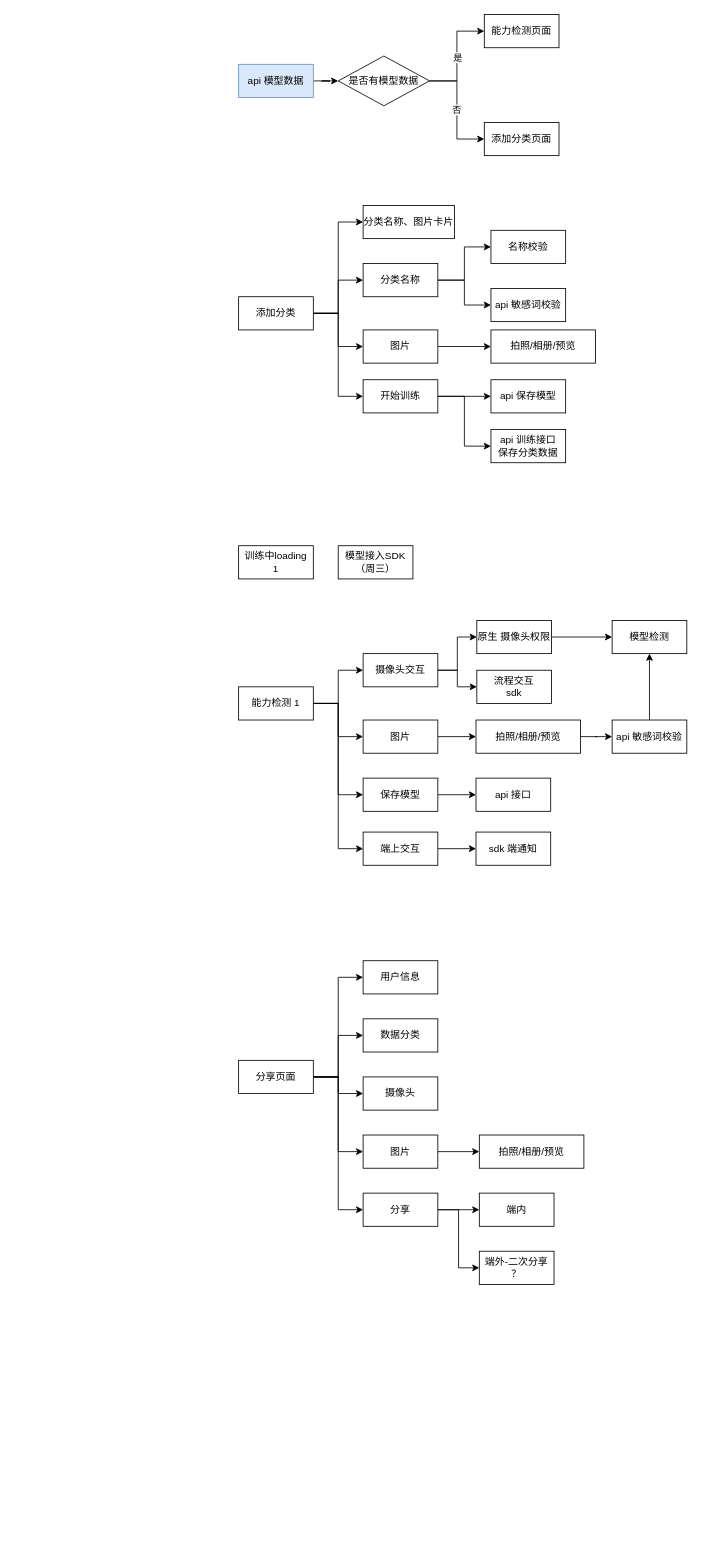
Earlier version of the draw.io diagram page "物品识别" (9 of 9) of my-project/未命名绘图.drawio (gmtaurus/ceshi). Source tidied: cells renumbered, new cells numbered last; positions are measured from the earlier drawing's top-left corner, leaving out a move shared by most shapes. Both pictures are drawn from the tidied source at 83%, with x=0, y=0 at pixel (238, 14).
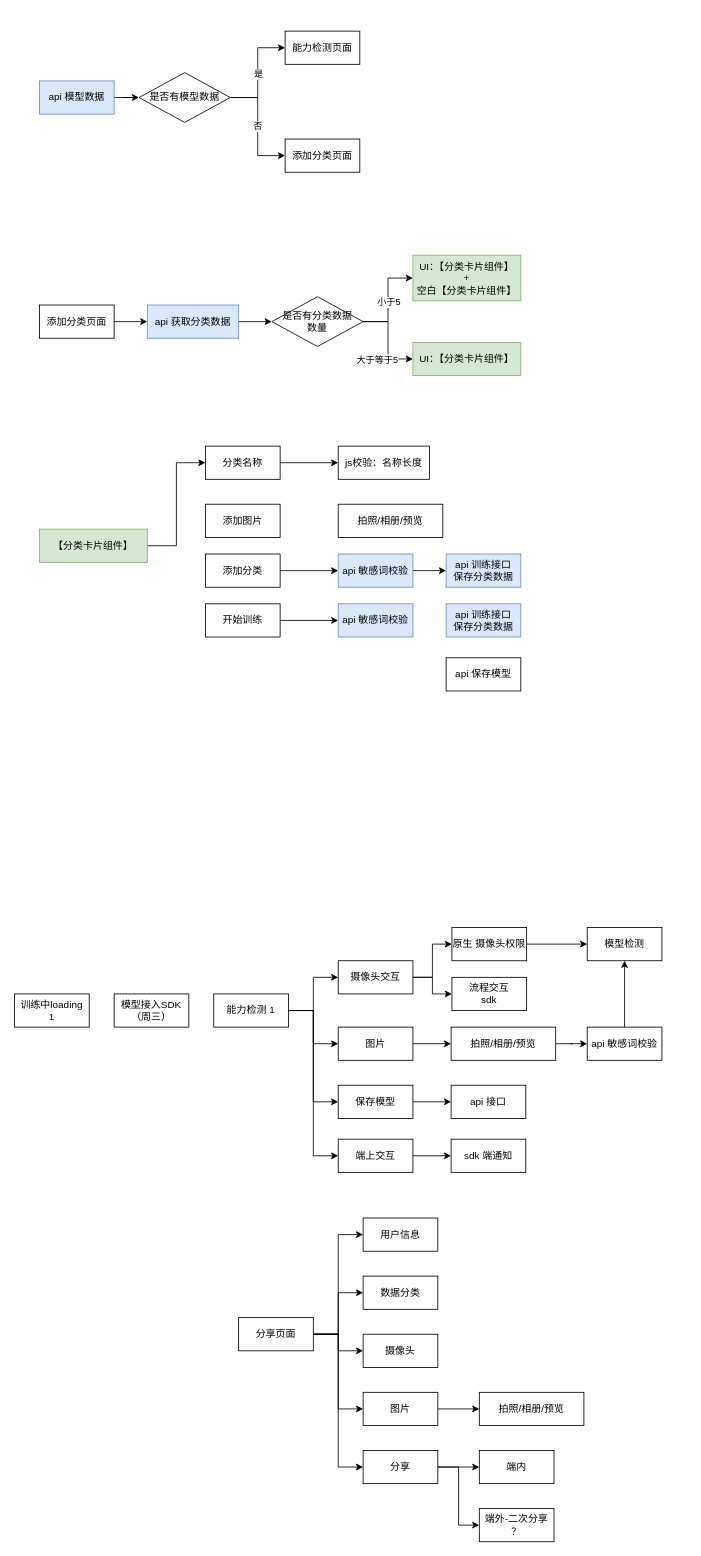
The same page after the edit.

Commit message (it also covers changes not shown here):
更新未命名绘图.drawio

The edit, as a diff of the source:
```diff
@@
-    <mxCell id="2" style="edgeStyle=orthogonalEdgeStyle;rounded=0;jettySize=auto;html=1;" parent="1" edge="1" source="6" target="9">
-      <mxGeometry relative="1" as="geometry" />
-    </mxCell>
-    <mxCell id="3" style="edgeStyle=orthogonalEdgeStyle;rounded=0;jettySize=auto;html=1;exitX=1;exitY=0.5;exitDx=0;exitDy=0;entryX=0;entryY=0.5;entryDx=0;entryDy=0;" parent="1" edge="1" source="6" target="13">
-      <mxGeometry relative="1" as="geometry" />
-    </mxCell>
-    <mxCell id="4" style="edgeStyle=orthogonalEdgeStyle;rounded=0;jettySize=auto;html=1;exitX=1;exitY=0.5;exitDx=0;exitDy=0;entryX=0;entryY=0.5;entryDx=0;entryDy=0;" parent="1" edge="1" source="6" target="16">
-      <mxGeometry relative="1" as="geometry" />
-    </mxCell>
-    <mxCell id="5" style="edgeStyle=orthogonalEdgeStyle;rounded=0;jettySize=auto;html=1;exitX=1;exitY=0.5;exitDx=0;exitDy=0;entryX=0;entryY=0.5;entryDx=0;entryDy=0;" parent="1" edge="1" source="6" target="40">
-      <mxGeometry relative="1" as="geometry" />
-    </mxCell>
-    <mxCell id="6" value="添加分类" style="rounded=0;whiteSpace=wrap;html=1;" parent="1" vertex="1">
-      <mxGeometry y="340" width="90" height="40" as="geometry" />
-    </mxCell>
-    <mxCell id="7" style="edgeStyle=orthogonalEdgeStyle;rounded=0;jettySize=auto;html=1;exitX=1;exitY=0.5;exitDx=0;exitDy=0;entryX=0;entryY=0.5;entryDx=0;entryDy=0;" parent="1" edge="1" source="9" target="10">
-      <mxGeometry relative="1" as="geometry" />
-    </mxCell>
-    <mxCell id="8" style="edgeStyle=orthogonalEdgeStyle;rounded=0;jettySize=auto;html=1;exitX=1;exitY=0.5;exitDx=0;exitDy=0;entryX=0;entryY=0.5;entryDx=0;entryDy=0;" parent="1" edge="1" source="9" target="11">
-      <mxGeometry relative="1" as="geometry" />
-    </mxCell>
-    <mxCell id="9" value="分类名称" style="rounded=0;whiteSpace=wrap;html=1;" parent="1" vertex="1">
-      <mxGeometry x="150" y="300" width="90" height="40" as="geometry" />
-    </mxCell>
-    <mxCell id="10" value="名称校验" style="rounded=0;whiteSpace=wrap;html=1;" parent="1" vertex="1">
-      <mxGeometry x="304" y="260" width="90" height="40" as="geometry" />
-    </mxCell>
-    <mxCell id="11" value="api 敏感词校验" style="rounded=0;whiteSpace=wrap;html=1;" parent="1" vertex="1">
-      <mxGeometry x="304" y="330" width="90" height="40" as="geometry" />
-    </mxCell>
-    <mxCell id="12" style="edgeStyle=orthogonalEdgeStyle;rounded=0;jettySize=auto;html=1;exitX=1;exitY=0.5;exitDx=0;exitDy=0;entryX=0;entryY=0.5;entryDx=0;entryDy=0;" parent="1" edge="1" source="13" target="14">
-      <mxGeometry relative="1" as="geometry" />
-    </mxCell>
-    <mxCell id="13" value="图片" style="rounded=0;whiteSpace=wrap;html=1;" parent="1" vertex="1">
-      <mxGeometry x="150" y="380" width="90" height="40" as="geometry" />
-    </mxCell>
-    <mxCell id="14" value="拍照/相册/预览" style="rounded=0;whiteSpace=wrap;html=1;" parent="1" vertex="1">
-      <mxGeometry x="304" y="380" width="126" height="40" as="geometry" />
-    </mxCell>
     <mxCell id="15" value="训练中loading&lt;br&gt;1" style="rounded=0;whiteSpace=wrap;html=1;" parent="1" vertex="1">
-      <mxGeometry y="640" width="90" height="40" as="geometry" />
+      <mxGeometry x="-270" y="1180" width="90" height="40" as="geometry" />
     </mxCell>
-    <mxCell id="16" value="分类名称、图片卡片" style="rounded=0;whiteSpace=wrap;html=1;" parent="1" vertex="1">
-      <mxGeometry x="150" y="230" width="110" height="40" as="geometry" />
-    </mxCell>
@@
     <mxCell id="21" value="能力检测 1" style="rounded=0;whiteSpace=wrap;html=1;" parent="1" vertex="1">
-      <mxGeometry y="810" width="90" height="40" as="geometry" />
+      <mxGeometry x="-30" y="1180" width="90" height="40" as="geometry" />
     </mxCell>
@@
     <mxCell id="24" value="摄像头交互" style="rounded=0;whiteSpace=wrap;html=1;" parent="1" vertex="1">
-      <mxGeometry x="150" y="770" width="90" height="40" as="geometry" />
+      <mxGeometry x="120" y="1140" width="90" height="40" as="geometry" />
     </mxCell>
@@
     <mxCell id="26" value="原生 摄像头权限" style="rounded=0;whiteSpace=wrap;html=1;" parent="1" vertex="1">
-      <mxGeometry x="287" y="730" width="90" height="40" as="geometry" />
+      <mxGeometry x="257" y="1100" width="90" height="40" as="geometry" />
     </mxCell>
     <mxCell id="27" value="模型接入SDK（周三）" style="rounded=0;whiteSpace=wrap;html=1;" parent="1" vertex="1">
-      <mxGeometry x="120" y="640" width="90" height="40" as="geometry" />
+      <mxGeometry x="-150" y="1180" width="90" height="40" as="geometry" />
     </mxCell>
@@
     <mxCell id="29" value="图片" style="rounded=0;whiteSpace=wrap;html=1;" parent="1" vertex="1">
-      <mxGeometry x="150" y="850" width="90" height="40" as="geometry" />
+      <mxGeometry x="120" y="1220" width="90" height="40" as="geometry" />
     </mxCell>
@@
     <mxCell id="31" value="拍照/相册/预览" style="rounded=0;whiteSpace=wrap;html=1;" parent="1" vertex="1">
-      <mxGeometry x="286" y="850" width="126" height="40" as="geometry" />
+      <mxGeometry x="256" y="1220" width="126" height="40" as="geometry" />
     </mxCell>
@@
     <mxCell id="33" value="保存模型" style="rounded=0;whiteSpace=wrap;html=1;" parent="1" vertex="1">
-      <mxGeometry x="150" y="920" width="90" height="40" as="geometry" />
+      <mxGeometry x="120" y="1290" width="90" height="40" as="geometry" />
     </mxCell>
@@
     <mxCell id="35" value="端上交互" style="rounded=0;whiteSpace=wrap;html=1;" parent="1" vertex="1">
-      <mxGeometry x="150" y="985" width="90" height="40" as="geometry" />
+      <mxGeometry x="120" y="1355" width="90" height="40" as="geometry" />
     </mxCell>
     <mxCell id="36" value="sdk 端通知" style="rounded=0;whiteSpace=wrap;html=1;" parent="1" vertex="1">
-      <mxGeometry x="286" y="985" width="90" height="40" as="geometry" />
+      <mxGeometry x="256" y="1355" width="90" height="40" as="geometry" />
     </mxCell>
     <mxCell id="37" value="api 接口" style="rounded=0;whiteSpace=wrap;html=1;" parent="1" vertex="1">
-      <mxGeometry x="286" y="920" width="90" height="40" as="geometry" />
+      <mxGeometry x="256" y="1290" width="90" height="40" as="geometry" />
     </mxCell>
-    <mxCell id="38" style="edgeStyle=orthogonalEdgeStyle;rounded=0;jettySize=auto;html=1;" parent="1" edge="1" source="40" target="41">
-      <mxGeometry relative="1" as="geometry" />
-    </mxCell>
-    <mxCell id="39" style="edgeStyle=orthogonalEdgeStyle;rounded=0;jettySize=auto;html=1;exitX=1;exitY=0.5;exitDx=0;exitDy=0;entryX=0;entryY=0.5;entryDx=0;entryDy=0;" parent="1" edge="1" source="40" target="51">
-      <mxGeometry relative="1" as="geometry" />
-    </mxCell>
-    <mxCell id="40" value="开始训练" style="rounded=0;whiteSpace=wrap;html=1;" parent="1" vertex="1">
-      <mxGeometry x="150" y="440" width="90" height="40" as="geometry" />
-    </mxCell>
-    <mxCell id="41" value="api 保存模型" style="rounded=0;whiteSpace=wrap;html=1;" parent="1" vertex="1">
-      <mxGeometry x="304" y="440" width="90" height="40" as="geometry" />
-    </mxCell>
@@
     <mxCell id="43" value="api 敏感词校验" style="rounded=0;whiteSpace=wrap;html=1;" parent="1" vertex="1">
-      <mxGeometry x="450" y="850" width="90" height="40" as="geometry" />
+      <mxGeometry x="420" y="1220" width="90" height="40" as="geometry" />
     </mxCell>
     <mxCell id="44" value="模型检测" style="rounded=0;whiteSpace=wrap;html=1;" parent="1" vertex="1">
-      <mxGeometry x="450" y="730" width="90" height="40" as="geometry" />
+      <mxGeometry x="420" y="1100" width="90" height="40" as="geometry" />
     </mxCell>
@@
     <mxCell id="46" value="api 模型数据" style="rounded=0;whiteSpace=wrap;html=1;fillColor=#dae8fc;strokeColor=#6c8ebf;" parent="1" vertex="1">
-      <mxGeometry y="60" width="90" height="40" as="geometry" />
+      <mxGeometry x="-240" y="80" width="90" height="40" as="geometry" />
     </mxCell>
@@
     <mxCell id="50" value="能力检测页面" style="rounded=0;whiteSpace=wrap;html=1;" parent="1" vertex="1">
-      <mxGeometry x="296" width="90" height="40" as="geometry" />
+      <mxGeometry x="56" y="20" width="90" height="40" as="geometry" />
     </mxCell>
-    <mxCell id="51" value="api 训练接口&lt;br&gt;保存分类数据" style="rounded=0;whiteSpace=wrap;html=1;" parent="1" vertex="1">
-      <mxGeometry x="304" y="500" width="90" height="40" as="geometry" />
-    </mxCell>
     <mxCell id="52" value="流程交互&lt;br&gt;sdk" style="rounded=0;whiteSpace=wrap;html=1;" parent="1" vertex="1">
-      <mxGeometry x="287" y="790" width="90" height="40" as="geometry" />
+      <mxGeometry x="257" y="1160" width="90" height="40" as="geometry" />
     </mxCell>
@@
     <mxCell id="58" value="分享页面" style="rounded=0;whiteSpace=wrap;html=1;" parent="1" vertex="1">
-      <mxGeometry y="1260" width="90" height="40" as="geometry" />
+      <mxGeometry y="1570" width="90" height="40" as="geometry" />
     </mxCell>
     <mxCell id="59" value="用户信息" style="rounded=0;whiteSpace=wrap;html=1;" parent="1" vertex="1">
-      <mxGeometry x="150" y="1140" width="90" height="40" as="geometry" />
+      <mxGeometry x="150" y="1450" width="90" height="40" as="geometry" />
     </mxCell>
     <mxCell id="60" value="数据分类" style="rounded=0;whiteSpace=wrap;html=1;" parent="1" vertex="1">
-      <mxGeometry x="150" y="1210" width="90" height="40" as="geometry" />
+      <mxGeometry x="150" y="1520" width="90" height="40" as="geometry" />
     </mxCell>
     <mxCell id="61" value="摄像头" style="rounded=0;whiteSpace=wrap;html=1;" parent="1" vertex="1">
-      <mxGeometry x="150" y="1280" width="90" height="40" as="geometry" />
+      <mxGeometry x="150" y="1590" width="90" height="40" as="geometry" />
     </mxCell>
@@
     <mxCell id="63" value="图片" style="rounded=0;whiteSpace=wrap;html=1;" parent="1" vertex="1">
-      <mxGeometry x="150" y="1350" width="90" height="40" as="geometry" />
+      <mxGeometry x="150" y="1660" width="90" height="40" as="geometry" />
     </mxCell>
     <mxCell id="64" value="拍照/相册/预览" style="rounded=0;whiteSpace=wrap;html=1;" parent="1" vertex="1">
-      <mxGeometry x="290" y="1350" width="126" height="40" as="geometry" />
+      <mxGeometry x="290" y="1660" width="126" height="40" as="geometry" />
     </mxCell>
@@
     <mxCell id="67" value="分享" style="rounded=0;whiteSpace=wrap;html=1;" parent="1" vertex="1">
-      <mxGeometry x="150" y="1420" width="90" height="40" as="geometry" />
+      <mxGeometry x="150" y="1730" width="90" height="40" as="geometry" />
     </mxCell>
     <mxCell id="68" value="端内" style="rounded=0;whiteSpace=wrap;html=1;" parent="1" vertex="1">
-      <mxGeometry x="290" y="1420" width="90" height="40" as="geometry" />
+      <mxGeometry x="290" y="1730" width="90" height="40" as="geometry" />
     </mxCell>
     <mxCell id="69" value="端外-二次分享&lt;br&gt;？" style="rounded=0;whiteSpace=wrap;html=1;" parent="1" vertex="1">
-      <mxGeometry x="290" y="1490" width="90" height="40" as="geometry" />
+      <mxGeometry x="290" y="1800" width="90" height="40" as="geometry" />
     </mxCell>
     <mxCell id="70" value="添加分类页面" style="rounded=0;whiteSpace=wrap;html=1;" parent="1" vertex="1">
-      <mxGeometry x="296" y="130" width="90" height="40" as="geometry" />
+      <mxGeometry x="56" y="150" width="90" height="40" as="geometry" />
     </mxCell>
     <mxCell id="71" value="是否有模型数据" style="rhombus;whiteSpace=wrap;html=1;" parent="1" vertex="1">
-      <mxGeometry x="120" y="50" width="110" height="60" as="geometry" />
+      <mxGeometry x="-120" y="70" width="110" height="60" as="geometry" />
     </mxCell>
+    <mxCell id="72" style="edgeStyle=orthogonalEdgeStyle;rounded=0;jettySize=auto;html=1;" parent="1" edge="1" source="73" target="81">
+      <mxGeometry relative="1" as="geometry" />
+    </mxCell>
+    <mxCell id="73" value="api 获取分类数据" style="rounded=0;whiteSpace=wrap;html=1;fillColor=#dae8fc;strokeColor=#6c8ebf;" parent="1" vertex="1">
+      <mxGeometry x="-110" y="350" width="110" height="40" as="geometry" />
+    </mxCell>
+    <mxCell id="74" style="edgeStyle=orthogonalEdgeStyle;rounded=0;jettySize=auto;html=1;" parent="1" edge="1" source="75" target="73">
+      <mxGeometry relative="1" as="geometry" />
+    </mxCell>
+    <mxCell id="75" value="添加分类页面" style="rounded=0;whiteSpace=wrap;html=1;" parent="1" vertex="1">
+      <mxGeometry x="-240" y="350" width="90" height="40" as="geometry" />
+    </mxCell>
+    <mxCell id="76" value="UI：【分类卡片组件】&lt;br&gt;+&lt;br&gt;空白【分类卡片组件】" style="rounded=0;whiteSpace=wrap;html=1;fillColor=#d5e8d4;strokeColor=#82b366;" parent="1" vertex="1">
+      <mxGeometry x="210" y="290" width="130" height="55" as="geometry" />
+    </mxCell>
+    <mxCell id="77" style="edgeStyle=orthogonalEdgeStyle;rounded=0;jettySize=auto;html=1;exitX=1;exitY=0.5;exitDx=0;exitDy=0;entryX=0;entryY=0.5;entryDx=0;entryDy=0;" parent="1" edge="1" source="81" target="76">
+      <mxGeometry relative="1" as="geometry" />
+    </mxCell>
+    <mxCell id="78" value="小于5" style="edgeLabel;html=1;align=center;verticalAlign=middle;" parent="77" vertex="1">
+      <mxGeometry x="-0.02" y="1" relative="1" as="geometry">
+        <mxPoint x="1" y="1" as="offset" />
+      </mxGeometry>
+    </mxCell>
+    <mxCell id="79" style="edgeStyle=orthogonalEdgeStyle;rounded=0;jettySize=auto;html=1;exitX=1;exitY=0.5;exitDx=0;exitDy=0;entryX=0;entryY=0.5;entryDx=0;entryDy=0;" parent="1" edge="1" source="81" target="82">
+      <mxGeometry relative="1" as="geometry" />
+    </mxCell>
+    <mxCell id="80" value="大于等于5" style="edgeLabel;html=1;align=center;verticalAlign=middle;" parent="79" vertex="1">
+      <mxGeometry x="0.5" y="2" relative="1" as="geometry">
+        <mxPoint x="-18" y="2" as="offset" />
+      </mxGeometry>
+    </mxCell>
+    <mxCell id="81" value="是否有分类数据&lt;br&gt;数量" style="rhombus;whiteSpace=wrap;html=1;" parent="1" vertex="1">
+      <mxGeometry x="40" y="340" width="110" height="60" as="geometry" />
+    </mxCell>
+    <mxCell id="82" value="UI：【分类卡片组件】" style="rounded=0;whiteSpace=wrap;html=1;fillColor=#d5e8d4;strokeColor=#82b366;" parent="1" vertex="1">
+      <mxGeometry x="210" y="395" width="130" height="40" as="geometry" />
+    </mxCell>
+    <mxCell id="83" style="edgeStyle=orthogonalEdgeStyle;rounded=0;jettySize=auto;html=1;exitX=1;exitY=0.5;exitDx=0;exitDy=0;entryX=0;entryY=0.5;entryDx=0;entryDy=0;" parent="1" edge="1" source="84" target="9">
+      <mxGeometry relative="1" as="geometry" />
+    </mxCell>
+    <mxCell id="84" value="【分类卡片组件】" style="rounded=0;whiteSpace=wrap;html=1;fillColor=#d5e8d4;strokeColor=#82b366;" parent="1" vertex="1">
+      <mxGeometry x="-240" y="620" width="130" height="40" as="geometry" />
+    </mxCell>
+    <mxCell id="85" style="edgeStyle=orthogonalEdgeStyle;rounded=0;jettySize=auto;html=1;" parent="1" edge="1" source="9" target="89">
+      <mxGeometry relative="1" as="geometry" />
+    </mxCell>
+    <mxCell id="9" value="分类名称" style="rounded=0;whiteSpace=wrap;html=1;" parent="1" vertex="1">
+      <mxGeometry x="-40" y="520" width="90" height="40" as="geometry" />
+    </mxCell>
+    <mxCell id="86" value="添加图片" style="rounded=0;whiteSpace=wrap;html=1;" parent="1" vertex="1">
+      <mxGeometry x="-40" y="590" width="90" height="40" as="geometry" />
+    </mxCell>
+    <mxCell id="87" style="edgeStyle=orthogonalEdgeStyle;rounded=0;jettySize=auto;html=1;" parent="1" edge="1" source="6" target="91">
+      <mxGeometry relative="1" as="geometry" />
+    </mxCell>
+    <mxCell id="6" value="添加分类" style="rounded=0;whiteSpace=wrap;html=1;" parent="1" vertex="1">
+      <mxGeometry x="-40" y="650" width="90" height="40" as="geometry" />
+    </mxCell>
+    <mxCell id="88" style="edgeStyle=orthogonalEdgeStyle;rounded=0;jettySize=auto;html=1;" parent="1" edge="1" source="40" target="92">
+      <mxGeometry relative="1" as="geometry" />
+    </mxCell>
+    <mxCell id="40" value="开始训练" style="rounded=0;whiteSpace=wrap;html=1;" parent="1" vertex="1">
+      <mxGeometry x="-40" y="710" width="90" height="40" as="geometry" />
+    </mxCell>
+    <mxCell id="89" value="js校验：名称长度" style="rounded=0;whiteSpace=wrap;html=1;" parent="1" vertex="1">
+      <mxGeometry x="120" y="520" width="110" height="40" as="geometry" />
+    </mxCell>
+    <mxCell id="90" style="edgeStyle=orthogonalEdgeStyle;rounded=0;jettySize=auto;html=1;" parent="1" edge="1" source="91" target="93">
+      <mxGeometry relative="1" as="geometry" />
+    </mxCell>
+    <mxCell id="91" value="api 敏感词校验" style="rounded=0;whiteSpace=wrap;html=1;fillColor=#dae8fc;strokeColor=#6c8ebf;" parent="1" vertex="1">
+      <mxGeometry x="120" y="650" width="90" height="40" as="geometry" />
+    </mxCell>
+    <mxCell id="92" value="api 敏感词校验" style="rounded=0;whiteSpace=wrap;html=1;fillColor=#dae8fc;strokeColor=#6c8ebf;" parent="1" vertex="1">
+      <mxGeometry x="120" y="710" width="90" height="40" as="geometry" />
+    </mxCell>
+    <mxCell id="93" value="api 训练接口&lt;br&gt;保存分类数据" style="rounded=0;whiteSpace=wrap;html=1;fillColor=#dae8fc;strokeColor=#6c8ebf;" parent="1" vertex="1">
+      <mxGeometry x="250" y="650" width="90" height="40" as="geometry" />
+    </mxCell>
+    <mxCell id="94" value="api 训练接口&lt;br&gt;保存分类数据" style="rounded=0;whiteSpace=wrap;html=1;fillColor=#dae8fc;strokeColor=#6c8ebf;" parent="1" vertex="1">
+      <mxGeometry x="250" y="710" width="90" height="40" as="geometry" />
+    </mxCell>
+    <mxCell id="41" value="api 保存模型" style="rounded=0;whiteSpace=wrap;html=1;" parent="1" vertex="1">
+      <mxGeometry x="250" y="775" width="90" height="40" as="geometry" />
+    </mxCell>
+    <mxCell id="14" value="拍照/相册/预览" style="rounded=0;whiteSpace=wrap;html=1;" parent="1" vertex="1">
+      <mxGeometry x="120" y="590" width="126" height="40" as="geometry" />
+    </mxCell>
```
